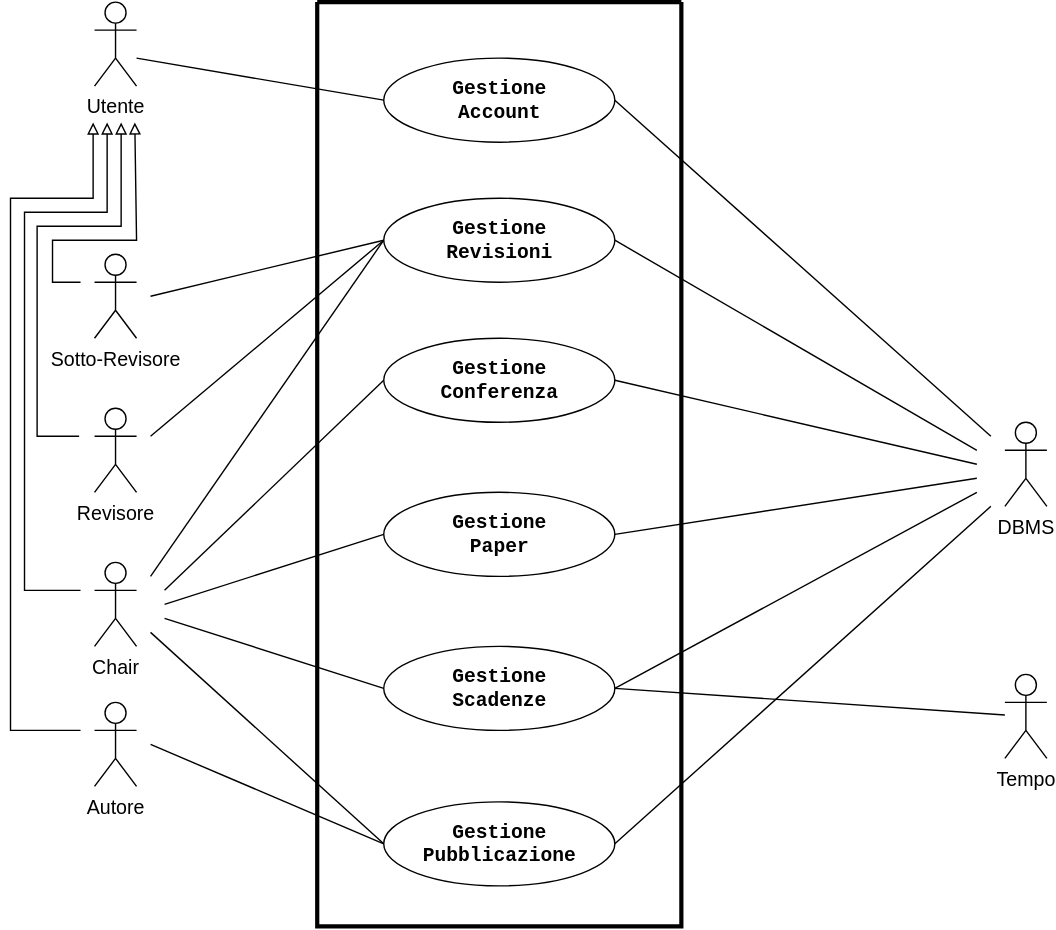
Earlier version of the draw.io export RAD/images/VistaInsieme.drawio.svg (Gabro29/IngegneriaSoftware). Source tidied: cells renumbered, new cells last; positions are measured from the earlier drawing's top-left corner, leaving out a move shared by most shapes.
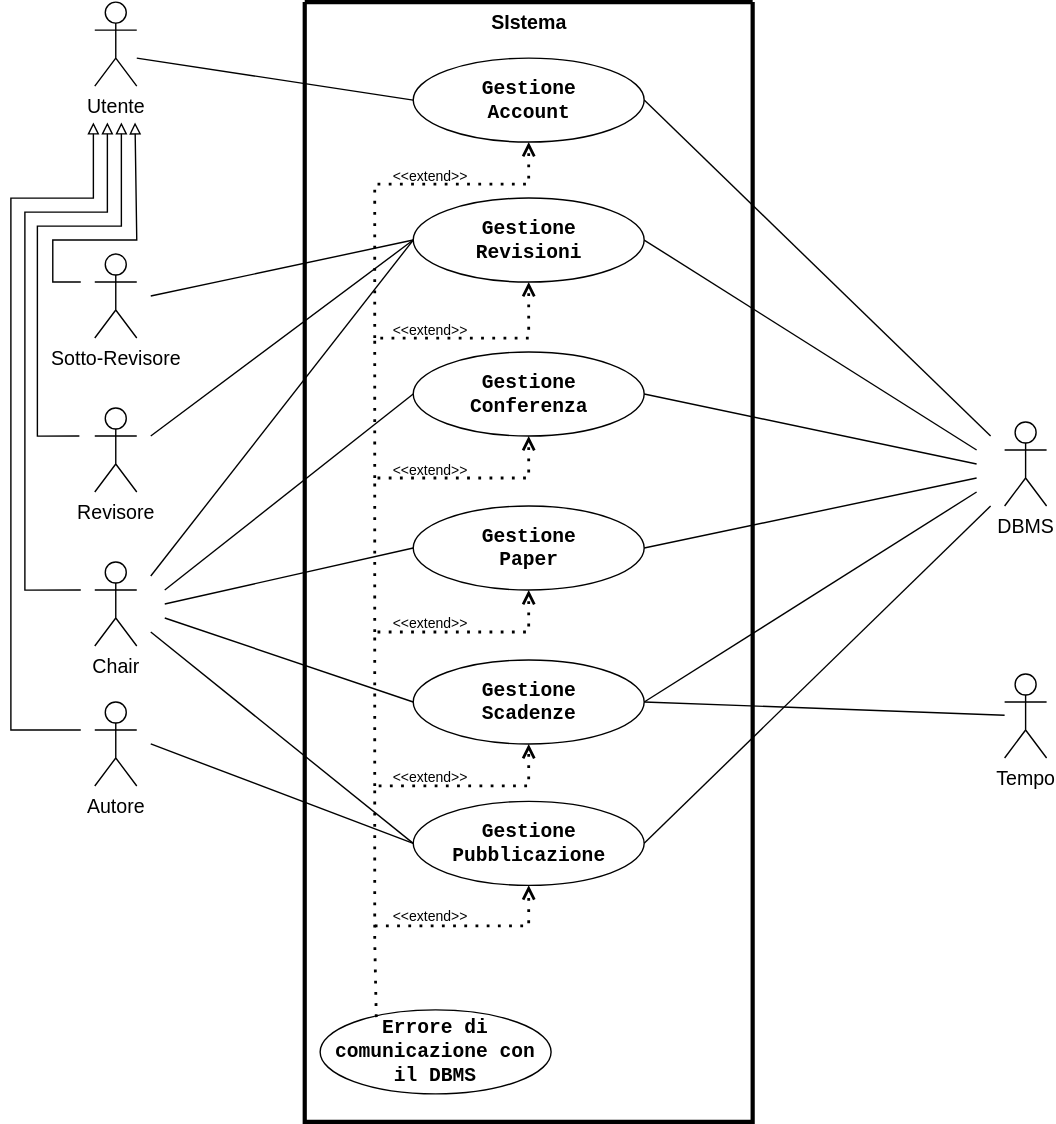
After the commit.

Diff of the diagram source:
```diff
@@ -3,26 +3,74 @@
     <mxCell id="0" />
     <mxCell id="1" parent="0" />
     <mxCell id="2" style="swimlane;startSize=0;swimlaneFillColor=none;strokeWidth=3;strokeColor=light-dark(#000000,#000000);labelBackgroundColor=none;fontColor=light-dark(#000000,#000000);" parent="1" vertex="1">
-      <mxGeometry x="219" width="260" height="660" as="geometry" />
+      <mxGeometry x="210" width="320" height="800" as="geometry" />
     </mxCell>
     <mxCell id="3" value="&lt;font style=&quot;color: light-dark(rgb(0, 0, 0), rgb(0, 0, 0)); font-size: 14px;&quot; face=&quot;Courier New&quot;&gt;&lt;b&gt;Gestione&lt;/b&gt;&lt;/font&gt;&lt;div&gt;&lt;font style=&quot;color: light-dark(rgb(0, 0, 0), rgb(0, 0, 0)); font-size: 14px;&quot; face=&quot;Courier New&quot;&gt;&lt;b&gt;Account&lt;/b&gt;&lt;/font&gt;&lt;/div&gt;" style="ellipse;whiteSpace=wrap;html=1;fillColor=light-dark(#FFFFFF,#FFFFFF);strokeColor=light-dark(#000000,#000000);" parent="2" vertex="1">
-      <mxGeometry x="47.5" y="40" width="165" height="60" as="geometry" />
+      <mxGeometry x="77.5" y="40" width="165" height="60" as="geometry" />
     </mxCell>
     <mxCell id="4" value="&lt;font face=&quot;Courier New&quot; style=&quot;color: light-dark(rgb(0, 0, 0), rgb(0, 0, 0)); font-size: 14px;&quot;&gt;&lt;b&gt;Gestione&lt;/b&gt;&lt;/font&gt;&lt;div&gt;&lt;span style=&quot;font-family: &amp;quot;Courier New&amp;quot;;&quot;&gt;&lt;font style=&quot;color: light-dark(rgb(0, 0, 0), rgb(0, 0, 0)); font-size: 14px;&quot;&gt;&lt;b&gt;Revisioni&lt;/b&gt;&lt;/font&gt;&lt;/span&gt;&lt;/div&gt;" style="ellipse;whiteSpace=wrap;html=1;fillColor=light-dark(#FFFFFF,#FFFFFF);strokeColor=light-dark(#000000,#000000);" parent="2" vertex="1">
-      <mxGeometry x="47.5" y="140" width="165" height="60" as="geometry" />
+      <mxGeometry x="77.5" y="140" width="165" height="60" as="geometry" />
     </mxCell>
     <mxCell id="5" value="&lt;font face=&quot;Courier New&quot; style=&quot;color: light-dark(rgb(0, 0, 0), rgb(0, 0, 0)); font-size: 14px;&quot;&gt;&lt;b&gt;Gestione&lt;/b&gt;&lt;/font&gt;&lt;div&gt;&lt;font style=&quot;color: light-dark(rgb(0, 0, 0), rgb(0, 0, 0)); font-size: 14px;&quot; face=&quot;Courier New&quot;&gt;&lt;b&gt;Conferenza&lt;/b&gt;&lt;/font&gt;&lt;/div&gt;" style="ellipse;whiteSpace=wrap;html=1;fillColor=light-dark(#FFFFFF,#FFFFFF);strokeColor=light-dark(#000000,#000000);" parent="2" vertex="1">
-      <mxGeometry x="47.5" y="240" width="165" height="60" as="geometry" />
+      <mxGeometry x="77.5" y="250" width="165" height="60" as="geometry" />
     </mxCell>
     <mxCell id="6" value="&lt;font face=&quot;Courier New&quot; style=&quot;color: light-dark(rgb(0, 0, 0), rgb(0, 0, 0)); font-size: 14px;&quot;&gt;&lt;b&gt;Gestione&lt;/b&gt;&lt;/font&gt;&lt;div&gt;&lt;span style=&quot;font-family: &amp;quot;Courier New&amp;quot;;&quot;&gt;&lt;font style=&quot;color: light-dark(rgb(0, 0, 0), rgb(0, 0, 0)); font-size: 14px;&quot;&gt;&lt;b&gt;Paper&lt;/b&gt;&lt;/font&gt;&lt;/span&gt;&lt;/div&gt;" style="ellipse;whiteSpace=wrap;html=1;fillColor=light-dark(#FFFFFF,#FFFFFF);strokeColor=light-dark(#000000,#000000);" parent="2" vertex="1">
-      <mxGeometry x="47.5" y="350" width="165" height="60" as="geometry" />
+      <mxGeometry x="77.5" y="360" width="165" height="60" as="geometry" />
     </mxCell>
     <mxCell id="7" value="&lt;font face=&quot;Courier New&quot; style=&quot;color: light-dark(rgb(0, 0, 0), rgb(0, 0, 0)); font-size: 14px;&quot;&gt;&lt;b&gt;Gestione&lt;/b&gt;&lt;/font&gt;&lt;div&gt;&lt;font face=&quot;Courier New&quot; style=&quot;color: light-dark(rgb(0, 0, 0), rgb(0, 0, 0)); font-size: 14px;&quot;&gt;&lt;b&gt;Pubblicazione&lt;/b&gt;&lt;/font&gt;&lt;/div&gt;" style="ellipse;whiteSpace=wrap;html=1;fillColor=light-dark(#FFFFFF,#FFFFFF);strokeColor=light-dark(#000000,#000000);" parent="2" vertex="1">
-      <mxGeometry x="47.5" y="571" width="165" height="60" as="geometry" />
+      <mxGeometry x="77.5" y="571" width="165" height="60" as="geometry" />
     </mxCell>
     <mxCell id="8" value="&lt;font face=&quot;Courier New&quot; style=&quot;color: light-dark(rgb(0, 0, 0), rgb(0, 0, 0)); font-size: 14px;&quot;&gt;&lt;b&gt;Gestione&lt;/b&gt;&lt;/font&gt;&lt;div&gt;&lt;font face=&quot;Courier New&quot; style=&quot;color: light-dark(rgb(0, 0, 0), rgb(0, 0, 0)); font-size: 14px;&quot;&gt;&lt;b&gt;Scadenze&lt;/b&gt;&lt;/font&gt;&lt;/div&gt;" style="ellipse;whiteSpace=wrap;html=1;fillColor=light-dark(#FFFFFF,#FFFFFF);strokeColor=light-dark(#000000,#000000);" parent="2" vertex="1">
-      <mxGeometry x="47.5" y="460" width="165" height="60" as="geometry" />
+      <mxGeometry x="77.5" y="470" width="165" height="60" as="geometry" />
     </mxCell>
+    <mxCell id="36" value="&lt;font style=&quot;color: light-dark(rgb(0, 0, 0), rgb(0, 0, 0));&quot; face=&quot;Courier New&quot;&gt;&lt;span style=&quot;font-size: 14px;&quot;&gt;&lt;b style=&quot;&quot;&gt;Errore di comunicazione con il DBMS&lt;/b&gt;&lt;/span&gt;&lt;/font&gt;" style="ellipse;whiteSpace=wrap;html=1;fillColor=light-dark(#FFFFFF,#FFFFFF);strokeColor=light-dark(#000000,#000000);" parent="2" vertex="1">
+      <mxGeometry x="11" y="720" width="165" height="60" as="geometry" />
+    </mxCell>
+    <mxCell id="37" value="&lt;font style=&quot;color: light-dark(rgb(0, 0, 0), rgb(0, 0, 0)); font-size: 14px;&quot;&gt;&lt;b&gt;SIstema&lt;/b&gt;&lt;/font&gt;" style="text;html=1;align=center;verticalAlign=middle;strokeColor=none;fillColor=none;" parent="2" vertex="1">
+      <mxGeometry x="120" width="80" height="30" as="geometry" />
+    </mxCell>
+    <mxCell id="38" style="endArrow=open;dashed=1;html=1;dashPattern=1 3;strokeWidth=2;rounded=0;strokeColor=light-dark(#000000,#000000);endFill=0;entryX=0.5;entryY=1;entryDx=0;entryDy=0;" parent="2" edge="1" target="5">
+      <mxGeometry relative="1" as="geometry">
+        <mxPoint x="50" y="450" as="sourcePoint" />
+        <Array as="points">
+          <mxPoint x="50" y="340" />
+          <mxPoint x="160" y="340" />
+        </Array>
+      </mxGeometry>
+    </mxCell>
+    <mxCell id="39" style="endArrow=open;dashed=1;html=1;dashPattern=1 3;strokeWidth=2;rounded=0;strokeColor=light-dark(#000000,#000000);endFill=0;entryX=0.5;entryY=1;entryDx=0;entryDy=0;" parent="2" edge="1" target="4">
+      <mxGeometry relative="1" as="geometry">
+        <mxPoint x="50" y="340" as="sourcePoint" />
+        <Array as="points">
+          <mxPoint x="50" y="240" />
+          <mxPoint x="160" y="240" />
+        </Array>
+      </mxGeometry>
+    </mxCell>
+    <mxCell id="40" style="endArrow=open;dashed=1;html=1;dashPattern=1 3;strokeWidth=2;rounded=0;strokeColor=light-dark(#000000,#000000);endFill=0;entryX=0.5;entryY=1;entryDx=0;entryDy=0;" parent="2" edge="1" target="3">
+      <mxGeometry relative="1" as="geometry">
+        <mxPoint x="50" y="240" as="sourcePoint" />
+        <Array as="points">
+          <mxPoint x="50" y="130" />
+          <mxPoint x="160" y="130" />
+        </Array>
+      </mxGeometry>
+    </mxCell>
+    <mxCell id="41" value="&lt;font style=&quot;color: light-dark(rgb(0, 0, 0), rgb(0, 0, 0)); font-size: 10px;&quot;&gt;&amp;lt;&amp;lt;extend&amp;gt;&amp;gt;&lt;/font&gt;" style="text;html=1;align=center;verticalAlign=middle;whiteSpace=wrap;rounded=0;" parent="2" vertex="1">
+      <mxGeometry x="59.5" y="648" width="60" height="10" as="geometry" />
+    </mxCell>
+    <mxCell id="42" style="endArrow=open;dashed=1;html=1;dashPattern=1 3;strokeWidth=2;rounded=0;strokeColor=light-dark(#000000,#000000);endFill=0;entryX=0.5;entryY=1;entryDx=0;entryDy=0;exitX=0.243;exitY=0.086;exitDx=0;exitDy=0;exitPerimeter=0;" parent="2" edge="1" source="36" target="8">
+      <mxGeometry relative="1" as="geometry">
+        <Array as="points">
+          <mxPoint x="50" y="670" />
+          <mxPoint x="50" y="560" />
+          <mxPoint x="160" y="560" />
+        </Array>
+      </mxGeometry>
+    </mxCell>
+    <mxCell id="43" value="&lt;font style=&quot;color: light-dark(rgb(0, 0, 0), rgb(0, 0, 0)); font-size: 10px;&quot;&gt;&amp;lt;&amp;lt;extend&amp;gt;&amp;gt;&lt;/font&gt;" style="text;html=1;align=center;verticalAlign=middle;whiteSpace=wrap;rounded=0;" parent="2" vertex="1">
+      <mxGeometry x="59.5" y="549" width="60" height="10" as="geometry" />
+    </mxCell>
     <mxCell id="9" style="edgeStyle=orthogonalEdgeStyle;rounded=0;orthogonalLoop=1;jettySize=auto;html=1;endArrow=block;endFill=0;strokeColor=light-dark(#000000,#000000);strokeWidth=1;" parent="1" edge="1">
       <mxGeometry relative="1" as="geometry">
         <mxPoint x="49" y="310" as="sourcePoint" />
@@ -34,16 +82,16 @@
         </Array>
       </mxGeometry>
     </mxCell>
-    <mxCell id="10" value="&lt;font face=&quot;Helvetica&quot; style=&quot;color: light-dark(rgb(0, 0, 0), rgb(0, 0, 0)); font-size: 14px;&quot;&gt;Autore&lt;/font&gt;" style="shape=umlActor;verticalLabelPosition=bottom;verticalAlign=top;html=1;strokeColor=light-dark(#000000,#000000);" parent="1" vertex="1">
+    <mxCell id="10" value="&lt;font face=&quot;Helvetica&quot; style=&quot;color: light-dark(rgb(0, 0, 0), rgb(0, 0, 0)); font-size: 14px;&quot;&gt;Autore&lt;/font&gt;" style="shape=umlActor;verticalLabelPosition=bottom;verticalAlign=top;html=1;strokeColor=light-dark(#000000,#000000);fillColor=none;" parent="1" vertex="1">
       <mxGeometry x="60" y="500" width="30" height="60" as="geometry" />
     </mxCell>
-    <mxCell id="11" value="&lt;font face=&quot;Helvetica&quot; style=&quot;color: light-dark(rgb(0, 0, 0), rgb(0, 0, 0)); font-size: 14px;&quot;&gt;Chair&lt;/font&gt;" style="shape=umlActor;verticalLabelPosition=bottom;verticalAlign=top;html=1;strokeColor=light-dark(#000000,#000000);" parent="1" vertex="1">
+    <mxCell id="11" value="&lt;font face=&quot;Helvetica&quot; style=&quot;color: light-dark(rgb(0, 0, 0), rgb(0, 0, 0)); font-size: 14px;&quot;&gt;Chair&lt;/font&gt;" style="shape=umlActor;verticalLabelPosition=bottom;verticalAlign=top;html=1;strokeColor=light-dark(#000000,#000000);fillColor=none;" parent="1" vertex="1">
       <mxGeometry x="60" y="400" width="30" height="60" as="geometry" />
     </mxCell>
-    <mxCell id="12" value="&lt;font face=&quot;Helvetica&quot; style=&quot;color: light-dark(rgb(0, 0, 0), rgb(0, 0, 0)); font-size: 14px;&quot;&gt;Revisore&lt;/font&gt;" style="shape=umlActor;verticalLabelPosition=bottom;verticalAlign=top;html=1;strokeColor=light-dark(#000000,#000000);" parent="1" vertex="1">
+    <mxCell id="12" value="&lt;font face=&quot;Helvetica&quot; style=&quot;color: light-dark(rgb(0, 0, 0), rgb(0, 0, 0)); font-size: 14px;&quot;&gt;Revisore&lt;/font&gt;" style="shape=umlActor;verticalLabelPosition=bottom;verticalAlign=top;html=1;strokeColor=light-dark(#000000,#000000);fillColor=none;" parent="1" vertex="1">
       <mxGeometry x="60" y="290" width="30" height="60" as="geometry" />
     </mxCell>
-    <mxCell id="13" value="&lt;font face=&quot;Helvetica&quot; style=&quot;color: light-dark(rgb(0, 0, 0), rgb(0, 0, 0)); font-size: 14px;&quot;&gt;Sotto-Revisore&lt;/font&gt;" style="shape=umlActor;verticalLabelPosition=bottom;verticalAlign=top;html=1;strokeColor=light-dark(#000000,#000000);" parent="1" vertex="1">
+    <mxCell id="13" value="&lt;font face=&quot;Helvetica&quot; style=&quot;color: light-dark(rgb(0, 0, 0), rgb(0, 0, 0)); font-size: 14px;&quot;&gt;Sotto-Revisore&lt;/font&gt;" style="shape=umlActor;verticalLabelPosition=bottom;verticalAlign=top;html=1;strokeColor=light-dark(#000000,#000000);fillColor=none;" parent="1" vertex="1">
       <mxGeometry x="60" y="180" width="30" height="60" as="geometry" />
     </mxCell>
     <mxCell id="14" style="rounded=0;jettySize=auto;html=1;entryX=0;entryY=0.5;entryDx=0;entryDy=0;strokeColor=light-dark(#000000,#000000);endArrow=none;startFill=0;" parent="1" edge="1" target="3">
@@ -51,7 +99,7 @@
         <mxPoint x="90" y="40" as="sourcePoint" />
       </mxGeometry>
     </mxCell>
-    <mxCell id="15" value="&lt;font style=&quot;color: light-dark(rgb(0, 0, 0), rgb(0, 0, 0)); font-size: 14px;&quot;&gt;Utente&lt;/font&gt;" style="shape=umlActor;verticalLabelPosition=bottom;verticalAlign=top;html=1;strokeColor=light-dark(#000000,#000000);" parent="1" vertex="1">
+    <mxCell id="15" value="&lt;font style=&quot;color: light-dark(rgb(0, 0, 0), rgb(0, 0, 0)); font-size: 14px;&quot;&gt;Utente&lt;/font&gt;" style="shape=umlActor;verticalLabelPosition=bottom;verticalAlign=top;html=1;strokeColor=light-dark(#000000,#000000);fillColor=none;" parent="1" vertex="1">
       <mxGeometry x="60" width="30" height="60" as="geometry" />
     </mxCell>
     <mxCell id="16" style="rounded=0;jettySize=auto;html=1;strokeColor=light-dark(#000000,#000000);endArrow=none;startFill=0;entryX=0;entryY=0.5;entryDx=0;entryDy=0;" parent="1" edge="1" target="4">
@@ -94,10 +142,10 @@
         <mxPoint x="110" y="440" as="sourcePoint" />
       </mxGeometry>
     </mxCell>
-    <mxCell id="24" value="&lt;font face=&quot;Helvetica&quot; style=&quot;color: light-dark(rgb(0, 0, 0), rgb(0, 0, 0)); font-size: 14px;&quot;&gt;DBMS&lt;/font&gt;" style="shape=umlActor;verticalLabelPosition=bottom;verticalAlign=top;html=1;strokeColor=light-dark(#000000,#000000);" parent="1" vertex="1">
+    <mxCell id="24" value="&lt;font face=&quot;Helvetica&quot; style=&quot;color: light-dark(rgb(0, 0, 0), rgb(0, 0, 0)); font-size: 14px;&quot;&gt;DBMS&lt;/font&gt;" style="shape=umlActor;verticalLabelPosition=bottom;verticalAlign=top;html=1;strokeColor=light-dark(#000000,#000000);fillColor=none;" parent="1" vertex="1">
       <mxGeometry x="710" y="300" width="30" height="60" as="geometry" />
     </mxCell>
-    <mxCell id="25" value="&lt;font style=&quot;color: light-dark(rgb(0, 0, 0), rgb(0, 0, 0)); font-size: 14px;&quot;&gt;Tempo&lt;/font&gt;" style="shape=umlActor;verticalLabelPosition=bottom;verticalAlign=top;html=1;outlineConnect=0;strokeColor=light-dark(#000000,#000000);" parent="1" vertex="1">
+    <mxCell id="25" value="&lt;font style=&quot;color: light-dark(rgb(0, 0, 0), rgb(0, 0, 0)); font-size: 14px;&quot;&gt;Tempo&lt;/font&gt;" style="shape=umlActor;verticalLabelPosition=bottom;verticalAlign=top;html=1;outlineConnect=0;strokeColor=light-dark(#000000,#000000);fillColor=none;" parent="1" vertex="1">
       <mxGeometry x="710" y="480" width="30" height="60" as="geometry" />
     </mxCell>
     <mxCell id="26" style="rounded=0;jettySize=auto;html=1;strokeColor=light-dark(#000000,#000000);endArrow=none;startFill=0;exitX=1;exitY=0.5;exitDx=0;exitDy=0;" parent="1" edge="1" source="3">
@@ -168,5 +216,34 @@
         </Array>
       </mxGeometry>
     </mxCell>
+    <mxCell id="44" style="endArrow=open;dashed=1;html=1;dashPattern=1 3;strokeWidth=2;rounded=0;strokeColor=light-dark(#000000,#000000);endFill=0;entryX=0.5;entryY=1;entryDx=0;entryDy=0;" parent="1" edge="1" target="6">
+      <mxGeometry relative="1" as="geometry">
+        <mxPoint x="260" y="560" as="sourcePoint" />
+        <Array as="points">
+          <mxPoint x="260" y="450" />
+          <mxPoint x="370" y="450" />
+        </Array>
+      </mxGeometry>
+    </mxCell>
+    <mxCell id="45" style="endArrow=open;dashed=1;html=1;dashPattern=1 3;strokeWidth=2;rounded=0;strokeColor=light-dark(#000000,#000000);endFill=0;entryX=0.5;entryY=1;entryDx=0;entryDy=0;" parent="1" edge="1" target="7">
+      <mxGeometry relative="1" as="geometry">
+        <mxPoint x="260" y="660" as="sourcePoint" />
+        <Array as="points">
+          <mxPoint x="370" y="660" />
+        </Array>
+      </mxGeometry>
+    </mxCell>
+    <mxCell id="46" value="&lt;font style=&quot;color: light-dark(rgb(0, 0, 0), rgb(0, 0, 0)); font-size: 10px;&quot;&gt;&amp;lt;&amp;lt;extend&amp;gt;&amp;gt;&lt;/font&gt;" style="text;html=1;align=center;verticalAlign=middle;whiteSpace=wrap;rounded=0;" parent="1" vertex="1">
+      <mxGeometry x="269.5" y="439" width="60" height="10" as="geometry" />
+    </mxCell>
+    <mxCell id="47" value="&lt;font style=&quot;color: light-dark(rgb(0, 0, 0), rgb(0, 0, 0)); font-size: 10px;&quot;&gt;&amp;lt;&amp;lt;extend&amp;gt;&amp;gt;&lt;/font&gt;" style="text;html=1;align=center;verticalAlign=middle;whiteSpace=wrap;rounded=0;" parent="1" vertex="1">
+      <mxGeometry x="269.5" y="329" width="60" height="10" as="geometry" />
+    </mxCell>
+    <mxCell id="48" value="&lt;font style=&quot;color: light-dark(rgb(0, 0, 0), rgb(0, 0, 0)); font-size: 10px;&quot;&gt;&amp;lt;&amp;lt;extend&amp;gt;&amp;gt;&lt;/font&gt;" style="text;html=1;align=center;verticalAlign=middle;whiteSpace=wrap;rounded=0;" parent="1" vertex="1">
+      <mxGeometry x="269.5" y="229" width="60" height="10" as="geometry" />
+    </mxCell>
+    <mxCell id="49" value="&lt;font style=&quot;color: light-dark(rgb(0, 0, 0), rgb(0, 0, 0)); font-size: 10px;&quot;&gt;&amp;lt;&amp;lt;extend&amp;gt;&amp;gt;&lt;/font&gt;" style="text;html=1;align=center;verticalAlign=middle;whiteSpace=wrap;rounded=0;" parent="1" vertex="1">
+      <mxGeometry x="269.5" y="119" width="60" height="10" as="geometry" />
+    </mxCell>
   </root>
 </mxGraphModel>
```
